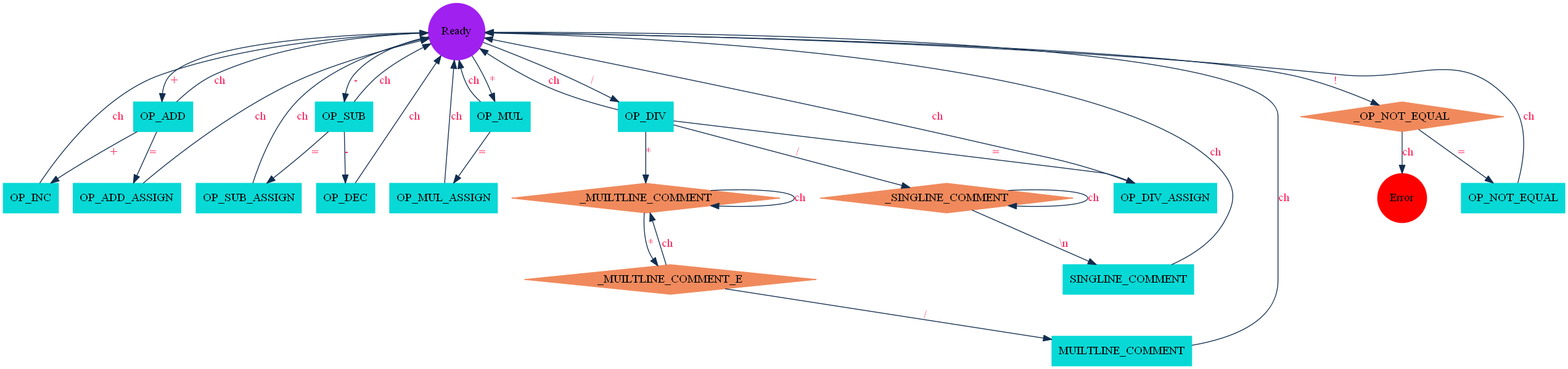
This is docs/compiler/asset/png/symbol.png from Echomem/Lett, a Graphviz export, as it was before one commit. Its source is kept beside it as docs/compiler/asset/dot/symbol.dot. Source of this version:
```dot
digraph LexcialSymbol {
    Ready               [shape=circle,    fontcolor=black, fillcolor=purple,      style=filled, color=purple];
    Error               [shape=circle,    fontcolor=black, fillcolor=red,         style=filled, color=red   ];
    OP_ADD              [shape=box,       fontcolor=black, fillcolor="#08d9d6",   style=filled, color="#08d9d6"];
    OP_INC              [shape=box,       fontcolor=black, fillcolor="#08d9d6",   style=filled, color="#08d9d6"];
    OP_ADD_ASSIGN       [shape=box,       fontcolor=black, fillcolor="#08d9d6",   style=filled, color="#08d9d6"];
    OP_SUB              [shape=box,       fontcolor=black, fillcolor="#08d9d6",   style=filled, color="#08d9d6"];
    OP_SUB_ASSIGN       [shape=box,       fontcolor=black, fillcolor="#08d9d6",   style=filled, color="#08d9d6"];
    OP_DEC              [shape=box,       fontcolor=black, fillcolor="#08d9d6",   style=filled, color="#08d9d6"];
    OP_MUL              [shape=box,       fontcolor=black, fillcolor="#08d9d6",   style=filled, color="#08d9d6"];
    OP_MUL_ASSIGN       [shape=box,       fontcolor=black, fillcolor="#08d9d6",   style=filled, color="#08d9d6"];
    OP_DIV              [shape=box,       fontcolor=black, fillcolor="#08d9d6",   style=filled, color="#08d9d6"];
    OP_DIV_ASSIGN       [shape=box,       fontcolor=black, fillcolor="#08d9d6",   style=filled, color="#08d9d6"];
    _SINGLINE_COMMENT   [shape=diamond,   fontcolor=black, fillcolor="#f08a5d",   style=filled, color="#f08a5d"];
    SINGLINE_COMMENT    [shape=box,       fontcolor=black, fillcolor="#08d9d6",   style=filled, color="#08d9d6"];
    _MUILTLINE_COMMENT  [shape=diamond,   fontcolor=black, fillcolor="#f08a5d",   style=filled, color="#f08a5d"];
    _MUILTLINE_COMMENT_E[shape=diamond,   fontcolor=black, fillcolor="#f08a5d",   style=filled, color="#f08a5d"];
    MUILTLINE_COMMENT   [shape=box,       fontcolor=black, fillcolor="#08d9d6",   style=filled, color="#08d9d6"];

    _OP_NOT_EQUAL       [shape=diamond,   fontcolor=black, fillcolor="#f08a5d",   style=filled, color="#f08a5d"];
    OP_NOT_EQUAL        [shape=box,       fontcolor=black, fillcolor="#08d9d6",   style=filled, color="#08d9d6"];
    /*
    OP_MOD              [shape=box,       fontcolor=black, fillcolor="#08d9d6",   style=filled, color="#08d9d6"];
    OP_MOD_ASSIGN       [shape=box,       fontcolor=black, fillcolor="#08d9d6",   style=filled, color="#08d9d6"];
    OP_ASSIGN           [shape=box,       fontcolor=black, fillcolor="#08d9d6",   style=filled, color="#08d9d6"];
    OP_EQUAL            [shape=box,       fontcolor=black, fillcolor="#08d9d6",   style=filled, color="#08d9d6"];
    OP_BIT_AND          [shape=box,       fontcolor=black, fillcolor="#08d9d6",   style=filled, color="#08d9d6"];
    OP_BIT_AND_ASSIGN   [shape=box,       fontcolor=black, fillcolor="#08d9d6",   style=filled, color="#08d9d6"];
    OP_AND              [shape=box,       fontcolor=black, fillcolor="#08d9d6",   style=filled, color="#08d9d6"];
    OP_BIT_OR           [shape=box,       fontcolor=black, fillcolor="#08d9d6",   style=filled, color="#08d9d6"];
    OP_BIT_OR_ASSIGN    [shape=box,       fontcolor=black, fillcolor="#08d9d6",   style=filled, color="#08d9d6"];
    OP_OR               [shape=box,       fontcolor=black, fillcolor="#08d9d6",   style=filled, color="#08d9d6"];
    OP_BIT_NOT          [shape=box,       fontcolor=black, fillcolor="#08d9d6",   style=filled, color="#08d9d6"];
    OP_BIT_XOR          [shape=box,       fontcolor=black, fillcolor="#08d9d6",   style=filled, color="#08d9d6"];
    OP_GREAT            [shape=box,       fontcolor=black, fillcolor="#08d9d6",   style=filled, color="#08d9d6"];
    OP_GREAT_EQUAL      [shape=box,       fontcolor=black, fillcolor="#08d9d6",   style=filled, color="#08d9d6"];
    OP_LESS             [shape=box,       fontcolor=black, fillcolor="#08d9d6",   style=filled, color="#08d9d6"];
    OP_LESS_EQUAL       [shape=box,       fontcolor=black, fillcolor="#08d9d6",   style=filled, color="#08d9d6"];
    OP_BIT_SHIFT_LEFT   [shape=box,       fontcolor=black, fillcolor="#08d9d6",   style=filled, color="#08d9d6"];
    LEFT_PARENT         [shape=box,       fontcolor=black, fillcolor="#08d9d6",   style=filled, color="#08d9d6"];
    RIGHT_PARENT        [shape=box,       fontcolor=black, fillcolor="#08d9d6",   style=filled, color="#08d9d6"];
    LEFT_BRACKET        [shape=box,       fontcolor=black, fillcolor="#08d9d6",   style=filled, color="#08d9d6"];
    RIGHT_BRACKET       [shape=box,       fontcolor=black, fillcolor="#08d9d6",   style=filled, color="#08d9d6"];
    LEFT_BRACE          [shape=box,       fontcolor=black, fillcolor="#08d9d6",   style=filled, color="#08d9d6"];
    RIGHT_BRACE         [shape=box,       fontcolor=black, fillcolor="#08d9d6",   style=filled, color="#08d9d6"];
    COMMA               [shape=box,       fontcolor=black, fillcolor="#08d9d6",   style=filled, color="#08d9d6"];
    SEMI_COLON          [shape=box,       fontcolor=black, fillcolor="#08d9d6",   style=filled, color="#08d9d6"];
    DOT                 [shape=box,       fontcolor=black, fillcolor="#08d9d6",   style=filled, color="#08d9d6"];
    COLON               [shape=box,       fontcolor=black, fillcolor="#08d9d6",   style=filled, color="#08d9d6"];
    DOUBLE_COLON        [shape=box,       fontcolor=black, fillcolor="#08d9d6",   style=filled, color="#08d9d6"];
    */

    Ready               -> OP_ADD               [label="+",     color="#112d4e", fontcolor="#ff2e63"];
    OP_ADD              -> Ready                [label="ch",    color="#112d4e", fontcolor="#ff2e63"];
    OP_ADD              -> OP_INC               [label="+",     color="#112d4e", fontcolor="#ff2e63"];
    OP_INC              -> Ready                [label="ch",    color="#112d4e", fontcolor="#ff2e63"];
    OP_ADD              -> OP_ADD_ASSIGN        [label="=",     color="#112d4e", fontcolor="#ff2e63"];
    OP_ADD_ASSIGN       -> Ready                [label="ch",    color="#112d4e", fontcolor="#ff2e63"];

    Ready               -> OP_SUB               [label="-",     color="#112d4e", fontcolor="#ff2e63"];
    OP_SUB              -> Ready                [label="ch",    color="#112d4e", fontcolor="#ff2e63"];
    OP_SUB              -> OP_DEC               [label="-",     color="#112d4e", fontcolor="#ff2e63"];
    OP_DEC              -> Ready                [label="ch",    color="#112d4e", fontcolor="#ff2e63"];
    OP_SUB              -> OP_SUB_ASSIGN        [label="=",     color="#112d4e", fontcolor="#ff2e63"];
    OP_SUB_ASSIGN       -> Ready                [label="ch",    color="#112d4e", fontcolor="#ff2e63"];

    Ready               -> OP_MUL               [label="*",     color="#112d4e", fontcolor="#ff2e63"];
    OP_MUL              -> Ready                [label="ch",    color="#112d4e", fontcolor="#ff2e63"];
    OP_MUL              -> OP_MUL_ASSIGN        [label="=",     color="#112d4e", fontcolor="#ff2e63"];
    OP_MUL_ASSIGN       -> Ready                [label="ch",    color="#112d4e", fontcolor="#ff2e63"];

    Ready               -> OP_DIV               [label="/",     color="#112d4e", fontcolor="#ff2e63"];
    OP_DIV              -> Ready                [label="ch",    color="#112d4e", fontcolor="#ff2e63"];
    OP_DIV              -> OP_DIV_ASSIGN        [label="=",     color="#112d4e", fontcolor="#ff2e63"];
    OP_DIV_ASSIGN       -> Ready                [label="ch",    color="#112d4e", fontcolor="#ff2e63"];
    OP_DIV              -> _SINGLINE_COMMENT    [label="/",     color="#112d4e", fontcolor="#ff2e63"];
    _SINGLINE_COMMENT   -> _SINGLINE_COMMENT    [label="ch",    color="#112d4e", fontcolor="#ff2e63"];
    _SINGLINE_COMMENT   -> SINGLINE_COMMENT     [label="\\n",   color="#112d4e", fontcolor="#ff2e63"];
    SINGLINE_COMMENT    -> Ready                [label="ch",    color="#112d4e", fontcolor="#ff2e63"];
    OP_DIV              -> _MUILTLINE_COMMENT   [label="*",     color="#112d4e", fontcolor="#ff2e63"];
    _MUILTLINE_COMMENT  -> _MUILTLINE_COMMENT   [label="ch",    color="#112d4e", fontcolor="#ff2e63"];
    _MUILTLINE_COMMENT  -> _MUILTLINE_COMMENT_E [label="*",     color="#112d4e", fontcolor="#ff2e63"];
    _MUILTLINE_COMMENT_E-> MUILTLINE_COMMENT    [label="/",     color="#112d4e", fontcolor="#ff2e63"];
    _MUILTLINE_COMMENT_E-> _MUILTLINE_COMMENT   [label="ch",    color="#112d4e", fontcolor="#ff2e63"];
    MUILTLINE_COMMENT   -> Ready                [label="ch",    color="#112d4e", fontcolor="#ff2e63"];

    Ready               -> _OP_NOT_EQUAL        [label="!",     color="#112d4e", fontcolor="#ff2e63"];
    _OP_NOT_EQUAL       -> OP_NOT_EQUAL         [label="=",     color="#112d4e", fontcolor="#ff2e63"];
    _OP_NOT_EQUAL       -> Error                [label="ch",    color="#112d4e", fontcolor="#ff2e63"];
    OP_NOT_EQUAL        -> Ready                [label="ch",    color="#112d4e", fontcolor="#ff2e63"];
}
```
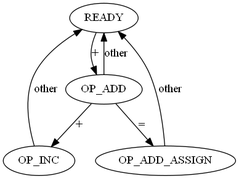
Later version of the same file.

Change to the diagram source:
```diff
@@ -1,91 +1,13 @@
-digraph LexcialSymbol {
-    Ready               [shape=circle,    fontcolor=black, fillcolor=purple,      style=filled, color=purple];
-    Error               [shape=circle,    fontcolor=black, fillcolor=red,         style=filled, color=red   ];
-    OP_ADD              [shape=box,       fontcolor=black, fillcolor="#08d9d6",   style=filled, color="#08d9d6"];
-    OP_INC              [shape=box,       fontcolor=black, fillcolor="#08d9d6",   style=filled, color="#08d9d6"];
-    OP_ADD_ASSIGN       [shape=box,       fontcolor=black, fillcolor="#08d9d6",   style=filled, color="#08d9d6"];
-    OP_SUB              [shape=box,       fontcolor=black, fillcolor="#08d9d6",   style=filled, color="#08d9d6"];
-    OP_SUB_ASSIGN       [shape=box,       fontcolor=black, fillcolor="#08d9d6",   style=filled, color="#08d9d6"];
-    OP_DEC              [shape=box,       fontcolor=black, fillcolor="#08d9d6",   style=filled, color="#08d9d6"];
-    OP_MUL              [shape=box,       fontcolor=black, fillcolor="#08d9d6",   style=filled, color="#08d9d6"];
-    OP_MUL_ASSIGN       [shape=box,       fontcolor=black, fillcolor="#08d9d6",   style=filled, color="#08d9d6"];
-    OP_DIV              [shape=box,       fontcolor=black, fillcolor="#08d9d6",   style=filled, color="#08d9d6"];
-    OP_DIV_ASSIGN       [shape=box,       fontcolor=black, fillcolor="#08d9d6",   style=filled, color="#08d9d6"];
-    _SINGLINE_COMMENT   [shape=diamond,   fontcolor=black, fillcolor="#f08a5d",   style=filled, color="#f08a5d"];
-    SINGLINE_COMMENT    [shape=box,       fontcolor=black, fillcolor="#08d9d6",   style=filled, color="#08d9d6"];
-    _MUILTLINE_COMMENT  [shape=diamond,   fontcolor=black, fillcolor="#f08a5d",   style=filled, color="#f08a5d"];
-    _MUILTLINE_COMMENT_E[shape=diamond,   fontcolor=black, fillcolor="#f08a5d",   style=filled, color="#f08a5d"];
-    MUILTLINE_COMMENT   [shape=box,       fontcolor=black, fillcolor="#08d9d6",   style=filled, color="#08d9d6"];
+digraph LexerSymbol {
+    READY;
+    OP_ADD;
+    OP_INC;
+    OP_ADD_ASSIGN;
 
-    _OP_NOT_EQUAL       [shape=diamond,   fontcolor=black, fillcolor="#f08a5d",   style=filled, color="#f08a5d"];
-    OP_NOT_EQUAL        [shape=box,       fontcolor=black, fillcolor="#08d9d6",   style=filled, color="#08d9d6"];
-    /*
-    OP_MOD              [shape=box,       fontcolor=black, fillcolor="#08d9d6",   style=filled, color="#08d9d6"];
-    OP_MOD_ASSIGN       [shape=box,       fontcolor=black, fillcolor="#08d9d6",   style=filled, color="#08d9d6"];
-    OP_ASSIGN           [shape=box,       fontcolor=black, fillcolor="#08d9d6",   style=filled, color="#08d9d6"];
-    OP_EQUAL            [shape=box,       fontcolor=black, fillcolor="#08d9d6",   style=filled, color="#08d9d6"];
-    OP_BIT_AND          [shape=box,       fontcolor=black, fillcolor="#08d9d6",   style=filled, color="#08d9d6"];
-    OP_BIT_AND_ASSIGN   [shape=box,       fontcolor=black, fillcolor="#08d9d6",   style=filled, color="#08d9d6"];
-    OP_AND              [shape=box,       fontcolor=black, fillcolor="#08d9d6",   style=filled, color="#08d9d6"];
-    OP_BIT_OR           [shape=box,       fontcolor=black, fillcolor="#08d9d6",   style=filled, color="#08d9d6"];
-    OP_BIT_OR_ASSIGN    [shape=box,       fontcolor=black, fillcolor="#08d9d6",   style=filled, color="#08d9d6"];
-    OP_OR               [shape=box,       fontcolor=black, fillcolor="#08d9d6",   style=filled, color="#08d9d6"];
-    OP_BIT_NOT          [shape=box,       fontcolor=black, fillcolor="#08d9d6",   style=filled, color="#08d9d6"];
-    OP_BIT_XOR          [shape=box,       fontcolor=black, fillcolor="#08d9d6",   style=filled, color="#08d9d6"];
-    OP_GREAT            [shape=box,       fontcolor=black, fillcolor="#08d9d6",   style=filled, color="#08d9d6"];
-    OP_GREAT_EQUAL      [shape=box,       fontcolor=black, fillcolor="#08d9d6",   style=filled, color="#08d9d6"];
-    OP_LESS             [shape=box,       fontcolor=black, fillcolor="#08d9d6",   style=filled, color="#08d9d6"];
-    OP_LESS_EQUAL       [shape=box,       fontcolor=black, fillcolor="#08d9d6",   style=filled, color="#08d9d6"];
-    OP_BIT_SHIFT_LEFT   [shape=box,       fontcolor=black, fillcolor="#08d9d6",   style=filled, color="#08d9d6"];
-    LEFT_PARENT         [shape=box,       fontcolor=black, fillcolor="#08d9d6",   style=filled, color="#08d9d6"];
-    RIGHT_PARENT        [shape=box,       fontcolor=black, fillcolor="#08d9d6",   style=filled, color="#08d9d6"];
-    LEFT_BRACKET        [shape=box,       fontcolor=black, fillcolor="#08d9d6",   style=filled, color="#08d9d6"];
-    RIGHT_BRACKET       [shape=box,       fontcolor=black, fillcolor="#08d9d6",   style=filled, color="#08d9d6"];
-    LEFT_BRACE          [shape=box,       fontcolor=black, fillcolor="#08d9d6",   style=filled, color="#08d9d6"];
-    RIGHT_BRACE         [shape=box,       fontcolor=black, fillcolor="#08d9d6",   style=filled, color="#08d9d6"];
-    COMMA               [shape=box,       fontcolor=black, fillcolor="#08d9d6",   style=filled, color="#08d9d6"];
-    SEMI_COLON          [shape=box,       fontcolor=black, fillcolor="#08d9d6",   style=filled, color="#08d9d6"];
-    DOT                 [shape=box,       fontcolor=black, fillcolor="#08d9d6",   style=filled, color="#08d9d6"];
-    COLON               [shape=box,       fontcolor=black, fillcolor="#08d9d6",   style=filled, color="#08d9d6"];
-    DOUBLE_COLON        [shape=box,       fontcolor=black, fillcolor="#08d9d6",   style=filled, color="#08d9d6"];
-    */
-
-    Ready               -> OP_ADD               [label="+",     color="#112d4e", fontcolor="#ff2e63"];
-    OP_ADD              -> Ready                [label="ch",    color="#112d4e", fontcolor="#ff2e63"];
-    OP_ADD              -> OP_INC               [label="+",     color="#112d4e", fontcolor="#ff2e63"];
-    OP_INC              -> Ready                [label="ch",    color="#112d4e", fontcolor="#ff2e63"];
-    OP_ADD              -> OP_ADD_ASSIGN        [label="=",     color="#112d4e", fontcolor="#ff2e63"];
-    OP_ADD_ASSIGN       -> Ready                [label="ch",    color="#112d4e", fontcolor="#ff2e63"];
-
-    Ready               -> OP_SUB               [label="-",     color="#112d4e", fontcolor="#ff2e63"];
-    OP_SUB              -> Ready                [label="ch",    color="#112d4e", fontcolor="#ff2e63"];
-    OP_SUB              -> OP_DEC               [label="-",     color="#112d4e", fontcolor="#ff2e63"];
-    OP_DEC              -> Ready                [label="ch",    color="#112d4e", fontcolor="#ff2e63"];
-    OP_SUB              -> OP_SUB_ASSIGN        [label="=",     color="#112d4e", fontcolor="#ff2e63"];
-    OP_SUB_ASSIGN       -> Ready                [label="ch",    color="#112d4e", fontcolor="#ff2e63"];
-
-    Ready               -> OP_MUL               [label="*",     color="#112d4e", fontcolor="#ff2e63"];
-    OP_MUL              -> Ready                [label="ch",    color="#112d4e", fontcolor="#ff2e63"];
-    OP_MUL              -> OP_MUL_ASSIGN        [label="=",     color="#112d4e", fontcolor="#ff2e63"];
-    OP_MUL_ASSIGN       -> Ready                [label="ch",    color="#112d4e", fontcolor="#ff2e63"];
-
-    Ready               -> OP_DIV               [label="/",     color="#112d4e", fontcolor="#ff2e63"];
-    OP_DIV              -> Ready                [label="ch",    color="#112d4e", fontcolor="#ff2e63"];
-    OP_DIV              -> OP_DIV_ASSIGN        [label="=",     color="#112d4e", fontcolor="#ff2e63"];
-    OP_DIV_ASSIGN       -> Ready                [label="ch",    color="#112d4e", fontcolor="#ff2e63"];
-    OP_DIV              -> _SINGLINE_COMMENT    [label="/",     color="#112d4e", fontcolor="#ff2e63"];
-    _SINGLINE_COMMENT   -> _SINGLINE_COMMENT    [label="ch",    color="#112d4e", fontcolor="#ff2e63"];
-    _SINGLINE_COMMENT   -> SINGLINE_COMMENT     [label="\\n",   color="#112d4e", fontcolor="#ff2e63"];
-    SINGLINE_COMMENT    -> Ready                [label="ch",    color="#112d4e", fontcolor="#ff2e63"];
-    OP_DIV              -> _MUILTLINE_COMMENT   [label="*",     color="#112d4e", fontcolor="#ff2e63"];
-    _MUILTLINE_COMMENT  -> _MUILTLINE_COMMENT   [label="ch",    color="#112d4e", fontcolor="#ff2e63"];
-    _MUILTLINE_COMMENT  -> _MUILTLINE_COMMENT_E [label="*",     color="#112d4e", fontcolor="#ff2e63"];
-    _MUILTLINE_COMMENT_E-> MUILTLINE_COMMENT    [label="/",     color="#112d4e", fontcolor="#ff2e63"];
-    _MUILTLINE_COMMENT_E-> _MUILTLINE_COMMENT   [label="ch",    color="#112d4e", fontcolor="#ff2e63"];
-    MUILTLINE_COMMENT   -> Ready                [label="ch",    color="#112d4e", fontcolor="#ff2e63"];
-
-    Ready               -> _OP_NOT_EQUAL        [label="!",     color="#112d4e", fontcolor="#ff2e63"];
-    _OP_NOT_EQUAL       -> OP_NOT_EQUAL         [label="=",     color="#112d4e", fontcolor="#ff2e63"];
-    _OP_NOT_EQUAL       -> Error                [label="ch",    color="#112d4e", fontcolor="#ff2e63"];
-    OP_NOT_EQUAL        -> Ready                [label="ch",    color="#112d4e", fontcolor="#ff2e63"];
+    READY           -> OP_ADD           [label="+"];
+    OP_ADD          -> READY            [label="other"];
+    OP_ADD          -> OP_INC           [label="+"];
+    OP_INC          -> READY            [label="other"];
+    OP_ADD          -> OP_ADD_ASSIGN    [label="="];
+    OP_ADD_ASSIGN   -> READY            [label="other"];
 }
```
